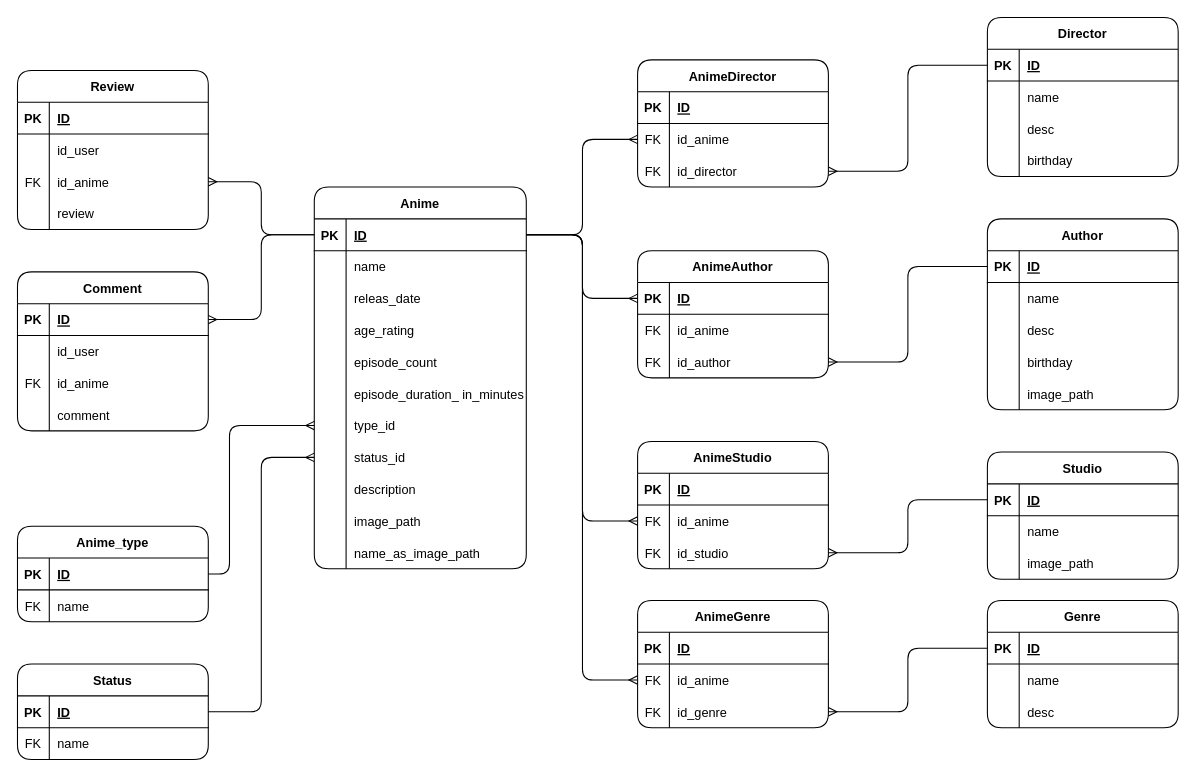
kk313/AniTrack keeps this draw.io diagram as AniTrack.drawio. Above is the earlier version. Source tidied: cells renumbered, new cells numbered last; positions are measured from the earlier drawing's top-left corner, leaving out a move shared by most shapes. Both pictures are drawn from the tidied source at 106%, with x=0, y=0 at pixel (-280, 17).
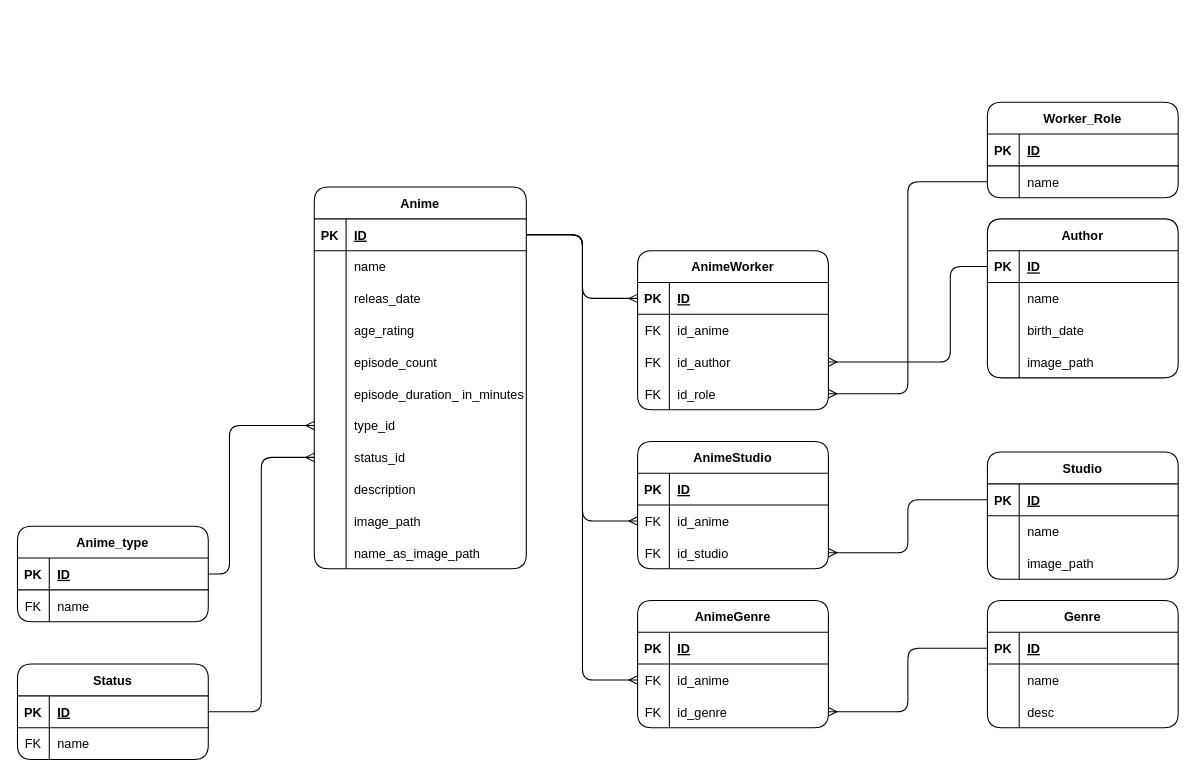
After the change.

The change refers to these unchanged cells:
```xml
<mxCell id="4" style="shape=tableRow;horizontal=0;startSize=0;swimlaneHead=0;swimlaneBody=0;fillColor=none;points=[[0,0.5],[1,0.5]];portConstraint=eastwest;top=0;left=0;right=0;bottom=1;" parent="3" vertex="1">
  <mxGeometry y="30" width="200" height="30" as="geometry" />
</mxCell>
<mxCell id="38" style="shape=tableRow;horizontal=0;startSize=0;swimlaneHead=0;swimlaneBody=0;fillColor=none;points=[[0,0.5],[1,0.5]];portConstraint=eastwest;top=0;left=0;right=0;bottom=1;" parent="37" vertex="1">
  <mxGeometry y="30" width="180" height="30" as="geometry" />
</mxCell>
<mxCell id="90" style="shape=tableRow;horizontal=0;startSize=0;swimlaneHead=0;swimlaneBody=0;fillColor=none;points=[[0,0.5],[1,0.5]];portConstraint=eastwest;top=0;left=0;right=0;bottom=0;" parent="83" vertex="1">
  <mxGeometry y="90" width="180" height="30" as="geometry" />
</mxCell>
<mxCell id="117" style="shape=tableRow;horizontal=0;startSize=0;swimlaneHead=0;swimlaneBody=0;fillColor=none;points=[[0,0.5],[1,0.5]];portConstraint=eastwest;top=0;left=0;right=0;bottom=1;" parent="116" vertex="1">
  <mxGeometry y="30" width="180" height="30" as="geometry" />
</mxCell>
<mxCell id="120" style="shape=tableRow;horizontal=0;startSize=0;swimlaneHead=0;swimlaneBody=0;fillColor=none;points=[[0,0.5],[1,0.5]];portConstraint=eastwest;top=0;left=0;right=0;bottom=0;" parent="116" vertex="1">
  <mxGeometry y="60" width="180" height="30" as="geometry" />
</mxCell>
```

The edit, as a diff of the source:
```diff
@@
     <mxCell id="37" value="Author" style="shape=table;startSize=30;childLayout=tableLayout;rowLines=0;fontStyle=1;align=center;rounded=1;" parent="1" vertex="1">
-      <mxGeometry x="1195" y="190" width="180" height="180" as="geometry" />
+      <mxGeometry x="1195" y="190" width="180" height="150" as="geometry" />
     </mxCell>
@@
-    <mxCell id="44" style="shape=tableRow;horizontal=0;startSize=0;swimlaneHead=0;swimlaneBody=0;fillColor=none;top=0;left=0;right=0;bottom=0;" parent="37" vertex="1">
-      <mxGeometry y="90" width="180" height="30" as="geometry" />
-    </mxCell>
-    <mxCell id="45" style="shape=partialRectangle;fillColor=none;top=0;left=0;bottom=0;right=0;overflow=hidden;" parent="44" vertex="1">
-      <mxGeometry width="30" height="30" as="geometry" />
-    </mxCell>
-    <mxCell id="46" value="desc" style="shape=partialRectangle;fillColor=none;top=0;left=0;bottom=0;right=0;align=left;spacingLeft=6;overflow=hidden;" parent="44" vertex="1">
-      <mxGeometry x="30" width="150" height="30" as="geometry" />
-    </mxCell>
     <mxCell id="47" style="shape=tableRow;horizontal=0;startSize=0;swimlaneHead=0;swimlaneBody=0;fillColor=none;top=0;left=0;right=0;bottom=0;" parent="37" vertex="1">
-      <mxGeometry y="120" width="180" height="30" as="geometry" />
+      <mxGeometry y="90" width="180" height="30" as="geometry" />
     </mxCell>
@@
-    <mxCell id="49" value="birthday" style="shape=partialRectangle;fillColor=none;top=0;left=0;bottom=0;right=0;align=left;spacingLeft=6;overflow=hidden;" parent="47" vertex="1">
+    <mxCell id="49" value="birth_date" style="shape=partialRectangle;fillColor=none;top=0;left=0;bottom=0;right=0;align=left;spacingLeft=6;overflow=hidden;" parent="47" vertex="1">
       <mxGeometry x="30" width="150" height="30" as="geometry" />
     </mxCell>
     <mxCell id="50" style="shape=tableRow;horizontal=0;startSize=0;swimlaneHead=0;swimlaneBody=0;fillColor=none;top=0;left=0;right=0;bottom=0;" parent="37" vertex="1">
-      <mxGeometry y="150" width="180" height="30" as="geometry" />
+      <mxGeometry y="120" width="180" height="30" as="geometry" />
     </mxCell>
@@
-    <mxCell id="83" value="AnimeAuthor" style="shape=table;startSize=30;childLayout=tableLayout;rowLines=0;fontStyle=1;align=center;rounded=1;" parent="1" vertex="1">
-      <mxGeometry x="865" y="220" width="180" height="120" as="geometry" />
+    <mxCell id="83" value="AnimeWorker" style="shape=table;startSize=30;childLayout=tableLayout;rowLines=0;fontStyle=1;align=center;rounded=1;" parent="1" vertex="1">
+      <mxGeometry x="865" y="220" width="180" height="150" as="geometry" />
     </mxCell>
@@
+    <mxCell id="178" style="shape=tableRow;horizontal=0;startSize=0;swimlaneHead=0;swimlaneBody=0;fillColor=none;points=[[0,0.5],[1,0.5]];portConstraint=eastwest;top=0;left=0;right=0;bottom=0;" parent="83" vertex="1">
+      <mxGeometry y="120" width="180" height="30" as="geometry" />
+    </mxCell>
+    <mxCell id="179" value="FK" style="shape=partialRectangle;fillColor=none;top=0;left=0;bottom=0;right=0;overflow=hidden;" parent="178" vertex="1">
+      <mxGeometry width="30" height="30" as="geometry" />
+    </mxCell>
+    <mxCell id="180" value="id_role" style="shape=partialRectangle;fillColor=none;top=0;left=0;bottom=0;right=0;align=left;spacingLeft=6;overflow=hidden;" parent="178" vertex="1">
+      <mxGeometry x="30" width="150" height="30" as="geometry" />
+    </mxCell>
@@
-    <mxCell id="103" value="Review" style="shape=table;startSize=30;childLayout=tableLayout;rowLines=0;fontStyle=1;align=center;rounded=1;" parent="1" vertex="1">
-      <mxGeometry x="280" y="50" width="180" height="150" as="geometry" />
-    </mxCell>
-    <mxCell id="104" style="shape=tableRow;horizontal=0;startSize=0;swimlaneHead=0;swimlaneBody=0;fillColor=none;top=0;left=0;right=0;bottom=1;" parent="103" vertex="1">
-      <mxGeometry y="30" width="180" height="30" as="geometry" />
-    </mxCell>
-    <mxCell id="105" value="PK" style="shape=partialRectangle;fillColor=none;top=0;left=0;bottom=0;right=0;fontStyle=1;overflow=hidden;" parent="104" vertex="1">
-      <mxGeometry width="30" height="30" as="geometry" />
-    </mxCell>
-    <mxCell id="106" value="ID" style="shape=partialRectangle;fillColor=none;top=0;left=0;bottom=0;right=0;align=left;spacingLeft=6;fontStyle=5;overflow=hidden;" parent="104" vertex="1">
-      <mxGeometry x="30" width="150" height="30" as="geometry" />
-    </mxCell>
-    <mxCell id="107" style="shape=tableRow;horizontal=0;startSize=0;swimlaneHead=0;swimlaneBody=0;fillColor=none;top=0;left=0;right=0;bottom=0;" parent="103" vertex="1">
-      <mxGeometry y="60" width="180" height="30" as="geometry" />
-    </mxCell>
-    <mxCell id="108" style="shape=partialRectangle;fillColor=none;top=0;left=0;bottom=0;right=0;overflow=hidden;" parent="107" vertex="1">
-      <mxGeometry width="30" height="30" as="geometry" />
-    </mxCell>
-    <mxCell id="109" value="id_user" style="shape=partialRectangle;fillColor=none;top=0;left=0;bottom=0;right=0;align=left;spacingLeft=6;overflow=hidden;" parent="107" vertex="1">
-      <mxGeometry x="30" width="150" height="30" as="geometry" />
-    </mxCell>
-    <mxCell id="110" style="shape=tableRow;horizontal=0;startSize=0;swimlaneHead=0;swimlaneBody=0;fillColor=none;points=[[0,0.5],[1,0.5]];portConstraint=eastwest;top=0;left=0;right=0;bottom=0;" parent="103" vertex="1">
-      <mxGeometry y="90" width="180" height="30" as="geometry" />
-    </mxCell>
-    <mxCell id="111" value="FK" style="shape=partialRectangle;fillColor=none;top=0;left=0;bottom=0;right=0;overflow=hidden;" parent="110" vertex="1">
-      <mxGeometry width="30" height="30" as="geometry" />
-    </mxCell>
-    <mxCell id="112" value="id_anime" style="shape=partialRectangle;fillColor=none;top=0;left=0;bottom=0;right=0;align=left;spacingLeft=6;overflow=hidden;" parent="110" vertex="1">
-      <mxGeometry x="30" width="150" height="30" as="geometry" />
-    </mxCell>
-    <mxCell id="113" style="shape=tableRow;horizontal=0;startSize=0;swimlaneHead=0;swimlaneBody=0;fillColor=none;top=0;left=0;right=0;bottom=0;" parent="103" vertex="1">
-      <mxGeometry y="120" width="180" height="30" as="geometry" />
-    </mxCell>
-    <mxCell id="114" style="shape=partialRectangle;fillColor=none;top=0;left=0;bottom=0;right=0;overflow=hidden;" parent="113" vertex="1">
-      <mxGeometry width="30" height="30" as="geometry" />
-    </mxCell>
-    <mxCell id="115" value="review" style="shape=partialRectangle;fillColor=none;top=0;left=0;bottom=0;right=0;align=left;spacingLeft=6;overflow=hidden;" parent="113" vertex="1">
-      <mxGeometry x="30" width="150" height="30" as="geometry" />
-    </mxCell>
-    <mxCell id="116" value="Director" style="shape=table;startSize=30;childLayout=tableLayout;rowLines=0;fontStyle=1;align=center;rounded=1;" parent="1" vertex="1">
-      <mxGeometry x="1195" width="180" height="150" as="geometry" />
+    <mxCell id="116" value="Worker_Role" style="shape=table;startSize=30;childLayout=tableLayout;rowLines=0;fontStyle=1;align=center;rounded=1;" parent="1" vertex="1">
+      <mxGeometry x="1195" y="80" width="180" height="90" as="geometry" />
     </mxCell>
@@
-    <mxCell id="123" style="shape=tableRow;horizontal=0;startSize=0;swimlaneHead=0;swimlaneBody=0;fillColor=none;top=0;left=0;right=0;bottom=0;" parent="116" vertex="1">
-      <mxGeometry y="90" width="180" height="30" as="geometry" />
-    </mxCell>
-    <mxCell id="124" style="shape=partialRectangle;fillColor=none;top=0;left=0;bottom=0;right=0;overflow=hidden;" parent="123" vertex="1">
-      <mxGeometry width="30" height="30" as="geometry" />
-    </mxCell>
-    <mxCell id="125" value="desc" style="shape=partialRectangle;fillColor=none;top=0;left=0;bottom=0;right=0;align=left;spacingLeft=6;overflow=hidden;" parent="123" vertex="1">
-      <mxGeometry x="30" width="150" height="30" as="geometry" />
-    </mxCell>
-    <mxCell id="126" style="shape=tableRow;horizontal=0;startSize=0;swimlaneHead=0;swimlaneBody=0;fillColor=none;top=0;left=0;right=0;bottom=0;" parent="116" vertex="1">
-      <mxGeometry y="120" width="180" height="30" as="geometry" />
-    </mxCell>
-    <mxCell id="127" style="shape=partialRectangle;fillColor=none;top=0;left=0;bottom=0;right=0;overflow=hidden;" parent="126" vertex="1">
-      <mxGeometry width="30" height="30" as="geometry" />
-    </mxCell>
-    <mxCell id="128" value="birthday" style="shape=partialRectangle;fillColor=none;top=0;left=0;bottom=0;right=0;align=left;spacingLeft=6;overflow=hidden;" parent="126" vertex="1">
-      <mxGeometry x="30" width="150" height="30" as="geometry" />
-    </mxCell>
-    <mxCell id="129" value="AnimeDirector" style="shape=table;startSize=30;childLayout=tableLayout;rowLines=0;fontStyle=1;align=center;rounded=1;" parent="1" vertex="1">
-      <mxGeometry x="865" y="40" width="180" height="120" as="geometry" />
-    </mxCell>
-    <mxCell id="130" style="shape=tableRow;horizontal=0;startSize=0;swimlaneHead=0;swimlaneBody=0;fillColor=none;top=0;left=0;right=0;bottom=1;" parent="129" vertex="1">
-      <mxGeometry y="30" width="180" height="30" as="geometry" />
-    </mxCell>
-    <mxCell id="131" value="PK" style="shape=partialRectangle;fillColor=none;top=0;left=0;bottom=0;right=0;fontStyle=1;overflow=hidden;" parent="130" vertex="1">
-      <mxGeometry width="30" height="30" as="geometry" />
-    </mxCell>
-    <mxCell id="132" value="ID" style="shape=partialRectangle;fillColor=none;top=0;left=0;bottom=0;right=0;align=left;spacingLeft=6;fontStyle=5;overflow=hidden;" parent="130" vertex="1">
-      <mxGeometry x="30" width="150" height="30" as="geometry" />
-    </mxCell>
-    <mxCell id="133" style="shape=tableRow;horizontal=0;startSize=0;swimlaneHead=0;swimlaneBody=0;fillColor=none;points=[[0,0.5],[1,0.5]];portConstraint=eastwest;top=0;left=0;right=0;bottom=0;" parent="129" vertex="1">
-      <mxGeometry y="60" width="180" height="30" as="geometry" />
-    </mxCell>
-    <mxCell id="134" value="FK" style="shape=partialRectangle;fillColor=none;top=0;left=0;bottom=0;right=0;overflow=hidden;" parent="133" vertex="1">
-      <mxGeometry width="30" height="30" as="geometry" />
-    </mxCell>
-    <mxCell id="135" value="id_anime" style="shape=partialRectangle;fillColor=none;top=0;left=0;bottom=0;right=0;align=left;spacingLeft=6;overflow=hidden;" parent="133" vertex="1">
-      <mxGeometry x="30" width="150" height="30" as="geometry" />
-    </mxCell>
-    <mxCell id="136" style="shape=tableRow;horizontal=0;startSize=0;swimlaneHead=0;swimlaneBody=0;fillColor=none;points=[[0,0.5],[1,0.5]];portConstraint=eastwest;top=0;left=0;right=0;bottom=0;" parent="129" vertex="1">
-      <mxGeometry y="90" width="180" height="30" as="geometry" />
-    </mxCell>
-    <mxCell id="137" value="FK" style="shape=partialRectangle;fillColor=none;top=0;left=0;bottom=0;right=0;overflow=hidden;" parent="136" vertex="1">
-      <mxGeometry width="30" height="30" as="geometry" />
-    </mxCell>
-    <mxCell id="138" value="id_director" style="shape=partialRectangle;fillColor=none;top=0;left=0;bottom=0;right=0;align=left;spacingLeft=6;overflow=hidden;" parent="136" vertex="1">
-      <mxGeometry x="30" width="150" height="30" as="geometry" />
-    </mxCell>
-    <mxCell id="139" value="Comment" style="shape=table;startSize=30;childLayout=tableLayout;rowLines=0;fontStyle=1;align=center;rounded=1;" parent="1" vertex="1">
-      <mxGeometry x="280" y="240" width="180" height="150" as="geometry" />
-    </mxCell>
-    <mxCell id="140" style="shape=tableRow;horizontal=0;startSize=0;swimlaneHead=0;swimlaneBody=0;fillColor=none;points=[[0,0.5],[1,0.5]];portConstraint=eastwest;top=0;left=0;right=0;bottom=1;" parent="139" vertex="1">
-      <mxGeometry y="30" width="180" height="30" as="geometry" />
-    </mxCell>
-    <mxCell id="141" value="PK" style="shape=partialRectangle;fillColor=none;top=0;left=0;bottom=0;right=0;fontStyle=1;overflow=hidden;" parent="140" vertex="1">
-      <mxGeometry width="30" height="30" as="geometry" />
-    </mxCell>
-    <mxCell id="142" value="ID" style="shape=partialRectangle;fillColor=none;top=0;left=0;bottom=0;right=0;align=left;spacingLeft=6;fontStyle=5;overflow=hidden;" parent="140" vertex="1">
-      <mxGeometry x="30" width="150" height="30" as="geometry" />
-    </mxCell>
-    <mxCell id="143" style="shape=tableRow;horizontal=0;startSize=0;swimlaneHead=0;swimlaneBody=0;fillColor=none;top=0;left=0;right=0;bottom=0;" parent="139" vertex="1">
-      <mxGeometry y="60" width="180" height="30" as="geometry" />
-    </mxCell>
-    <mxCell id="144" style="shape=partialRectangle;fillColor=none;top=0;left=0;bottom=0;right=0;overflow=hidden;" parent="143" vertex="1">
-      <mxGeometry width="30" height="30" as="geometry" />
-    </mxCell>
-    <mxCell id="145" value="id_user" style="shape=partialRectangle;fillColor=none;top=0;left=0;bottom=0;right=0;align=left;spacingLeft=6;overflow=hidden;" parent="143" vertex="1">
-      <mxGeometry x="30" width="150" height="30" as="geometry" />
-    </mxCell>
-    <mxCell id="146" style="shape=tableRow;horizontal=0;startSize=0;swimlaneHead=0;swimlaneBody=0;fillColor=none;top=0;left=0;right=0;bottom=0;" parent="139" vertex="1">
-      <mxGeometry y="90" width="180" height="30" as="geometry" />
-    </mxCell>
-    <mxCell id="147" value="FK" style="shape=partialRectangle;fillColor=none;top=0;left=0;bottom=0;right=0;overflow=hidden;" parent="146" vertex="1">
-      <mxGeometry width="30" height="30" as="geometry" />
-    </mxCell>
-    <mxCell id="148" value="id_anime" style="shape=partialRectangle;fillColor=none;top=0;left=0;bottom=0;right=0;align=left;spacingLeft=6;overflow=hidden;" parent="146" vertex="1">
-      <mxGeometry x="30" width="150" height="30" as="geometry" />
-    </mxCell>
-    <mxCell id="149" style="shape=tableRow;horizontal=0;startSize=0;swimlaneHead=0;swimlaneBody=0;fillColor=none;top=0;left=0;right=0;bottom=0;" parent="139" vertex="1">
-      <mxGeometry y="120" width="180" height="30" as="geometry" />
-    </mxCell>
-    <mxCell id="150" style="shape=partialRectangle;fillColor=none;top=0;left=0;bottom=0;right=0;overflow=hidden;" parent="149" vertex="1">
-      <mxGeometry width="30" height="30" as="geometry" />
-    </mxCell>
-    <mxCell id="151" value="comment" style="shape=partialRectangle;fillColor=none;top=0;left=0;bottom=0;right=0;align=left;spacingLeft=6;overflow=hidden;" parent="149" vertex="1">
-      <mxGeometry x="30" width="150" height="30" as="geometry" />
-    </mxCell>
@@
-    <mxCell id="168" style="edgeStyle=elbowEdgeStyle;fontSize=12;html=1;endArrow=ERmany;rounded=1;exitX=0;exitY=0.5;exitDx=0;exitDy=0;entryX=1;entryY=0.5;entryDx=0;entryDy=0;" parent="1" edge="1" source="4" target="110">
-      <mxGeometry relative="1" as="geometry" />
-    </mxCell>
-    <mxCell id="169" style="edgeStyle=elbowEdgeStyle;fontSize=12;html=1;endArrow=ERmany;rounded=1;exitX=0;exitY=0.5;exitDx=0;exitDy=0;entryX=1;entryY=0.5;entryDx=0;entryDy=0;" parent="1" edge="1" source="4" target="140">
-      <mxGeometry relative="1" as="geometry" />
-    </mxCell>
@@
-    <mxCell id="171" style="edgeStyle=elbowEdgeStyle;fontSize=12;html=1;endArrow=ERmany;rounded=1;exitX=1;exitY=0.5;exitDx=0;exitDy=0;entryX=0;entryY=0.5;entryDx=0;entryDy=0;" parent="1" edge="1" source="4" target="133">
-      <mxGeometry relative="1" as="geometry" />
-    </mxCell>
@@
-    <mxCell id="174" style="edgeStyle=elbowEdgeStyle;fontSize=12;html=1;endArrow=ERmany;rounded=1;exitX=0;exitY=0.5;exitDx=0;exitDy=0;entryX=1;entryY=0.5;entryDx=0;entryDy=0;" parent="1" edge="1" source="117" target="136">
-      <mxGeometry relative="1" as="geometry" />
-    </mxCell>
     <mxCell id="175" style="edgeStyle=elbowEdgeStyle;fontSize=12;html=1;endArrow=ERmany;rounded=1;exitX=0;exitY=0.5;exitDx=0;exitDy=0;entryX=1;entryY=0.5;entryDx=0;entryDy=0;" parent="1" edge="1" source="38" target="90">
-      <mxGeometry relative="1" as="geometry" />
+      <mxGeometry relative="1" as="geometry">
+        <Array as="points">
+          <mxPoint x="1160" y="280" />
+        </Array>
+      </mxGeometry>
     </mxCell>
@@
+    <mxCell id="181" style="edgeStyle=elbowEdgeStyle;rounded=1;jettySize=auto;html=1;exitX=0;exitY=0.5;exitDx=0;exitDy=0;endArrow=ERmany;endFill=0;" parent="1" edge="1" source="120" target="178">
+      <mxGeometry relative="1" as="geometry" />
+    </mxCell>
```
